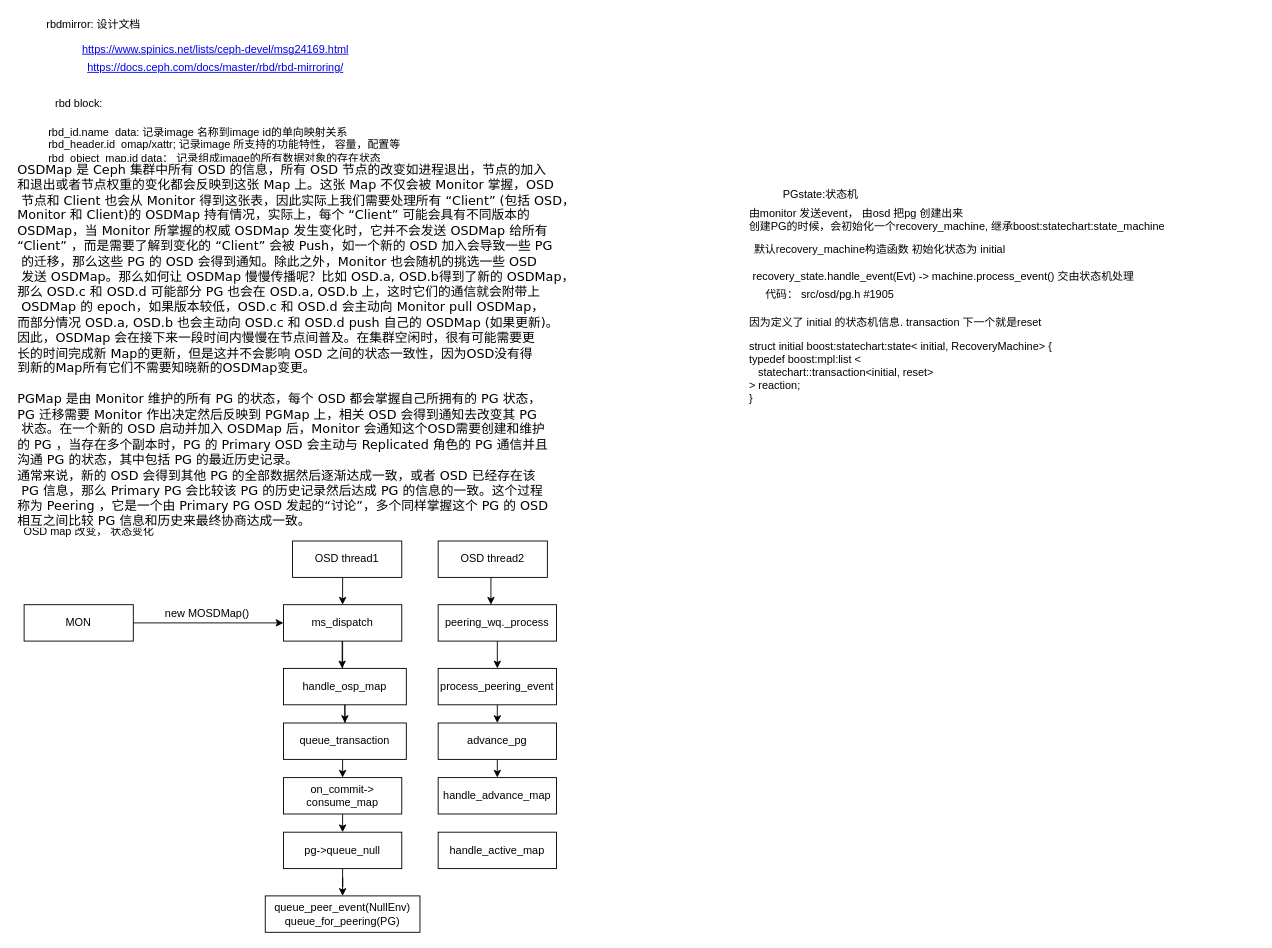
ChenFanTony/ceph-diagrams keeps this draw.io diagram as page "osd pg transaction" (4 of 5) of Untitled Diagram.drawio. Above is the earlier version. Source tidied: cells renumbered, new cells numbered last; positions are measured from the earlier drawing's top-left corner, leaving out a move shared by most shapes. Both pictures are drawn from the tidied source at 91%, with x=0, y=0 at pixel (15, 15).
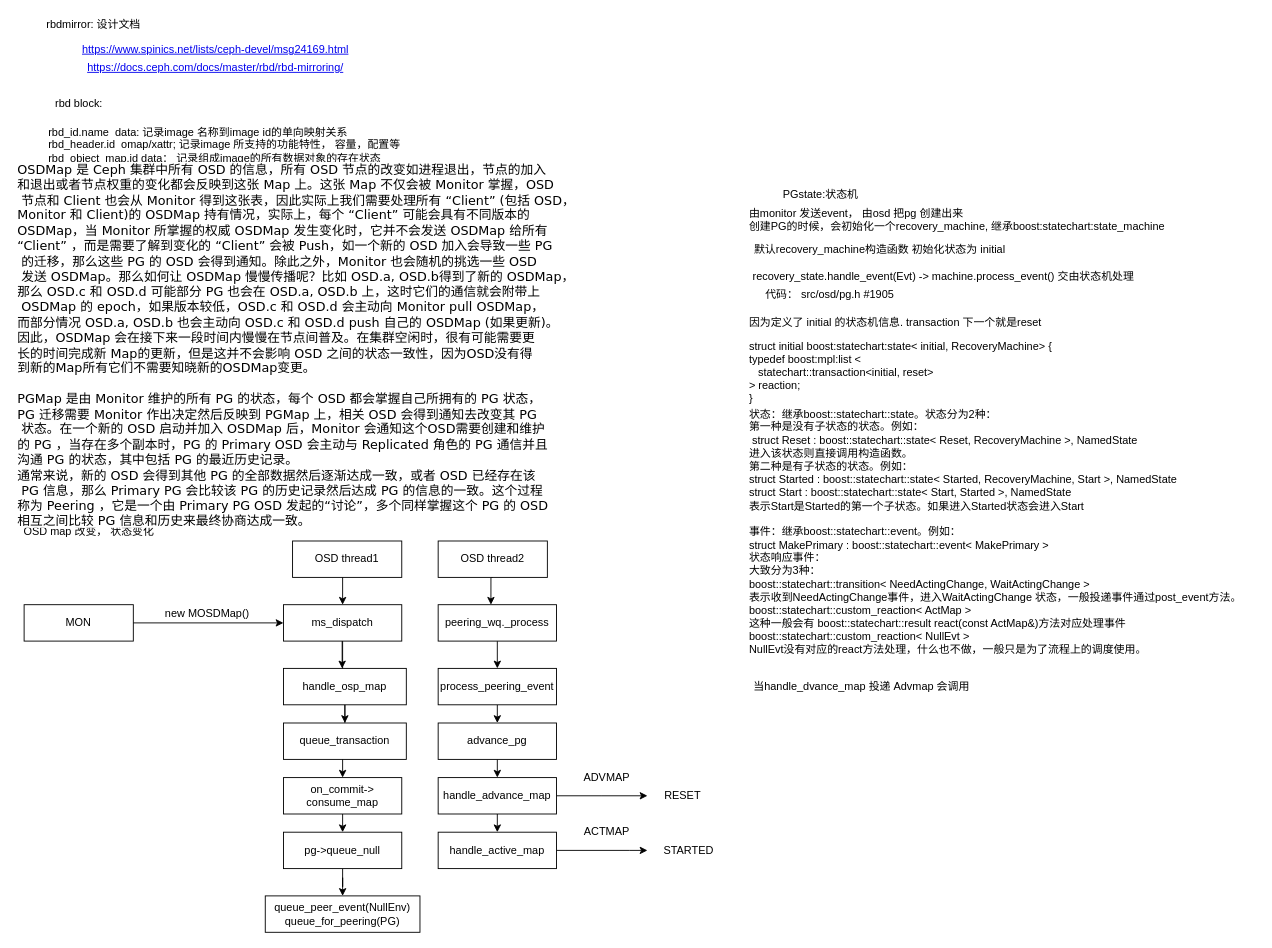
Above is the later version.

The change refers to these unchanged cells:
```xml
<mxCell id="33" value="handle_advance_map" style="rounded=0;whiteSpace=wrap;html=1;" parent="1" vertex="1">
  <mxGeometry x="464" y="837" width="130" height="40" as="geometry" />
</mxCell>
<mxCell id="34" value="handle_active_map" style="rounded=0;whiteSpace=wrap;html=1;" parent="1" vertex="1">
  <mxGeometry x="464" y="897" width="130" height="40" as="geometry" />
</mxCell>
```

What changed in the source:
```diff
@@
+    <mxCell id="42" style="edgeStyle=orthogonalEdgeStyle;rounded=0;jettySize=auto;html=1;exitX=0.5;exitY=1;exitDx=0;exitDy=0;entryX=0.5;entryY=0;entryDx=0;entryDy=0;" parent="1" edge="1" source="33" target="34">
+      <mxGeometry relative="1" as="geometry" />
+    </mxCell>
+    <mxCell id="43" style="edgeStyle=orthogonalEdgeStyle;rounded=0;jettySize=auto;html=1;exitX=1;exitY=0.5;exitDx=0;exitDy=0;" parent="1" edge="1" source="33">
+      <mxGeometry relative="1" as="geometry">
+        <mxPoint x="694" y="857" as="targetPoint" />
+      </mxGeometry>
+    </mxCell>
@@
+    <mxCell id="44" style="edgeStyle=orthogonalEdgeStyle;rounded=0;jettySize=auto;html=1;exitX=1;exitY=0.5;exitDx=0;exitDy=0;" parent="1" edge="1" source="34">
+      <mxGeometry relative="1" as="geometry">
+        <mxPoint x="694" y="917" as="targetPoint" />
+        <Array as="points">
+          <mxPoint x="674" y="917" />
+        </Array>
+      </mxGeometry>
+    </mxCell>
@@
+    <mxCell id="45" value="&lt;div&gt;状态：继承boost::statechart::state。状态分为2种：&lt;/div&gt;&lt;div&gt;第一种是没有子状态的状态。例如：&lt;/div&gt;&lt;div&gt;&amp;nbsp;struct Reset : boost::statechart::state&amp;lt; Reset, RecoveryMachine &amp;gt;, NamedState&lt;/div&gt;&lt;div&gt;进入该状态则直接调用构造函数。&lt;/div&gt;&lt;div&gt;第二种是有子状态的状态。例如：&lt;/div&gt;&lt;div&gt;struct Started : boost::statechart::state&amp;lt; Started, RecoveryMachine, Start &amp;gt;, NamedState&lt;/div&gt;&lt;div&gt;struct Start : boost::statechart::state&amp;lt; Start, Started &amp;gt;, NamedState&lt;/div&gt;&lt;div&gt;表示Start是Started的第一个子状态。如果进入Started状态会进入Start&lt;/div&gt;&lt;div&gt;&lt;br&gt;&lt;div&gt;事件：继承boost::statechart::event。例如：&lt;/div&gt;&lt;div&gt;struct MakePrimary : boost::statechart::event&amp;lt; MakePrimary &amp;gt;&lt;/div&gt;&lt;div&gt;状态响应事件：&lt;/div&gt;&lt;div&gt;大致分为3种：&lt;/div&gt;&lt;div&gt;boost::statechart::transition&amp;lt; NeedActingChange, WaitActingChange &amp;gt;&lt;/div&gt;&lt;div&gt;表示收到NeedActingChange事件，进入WaitActingChange 状态，一般投递事件通过post_event方法。&lt;/div&gt;&lt;div&gt;boost::statechart::custom_reaction&amp;lt; ActMap &amp;gt;&lt;/div&gt;&lt;div&gt;这种一般会有 boost::statechart::result react(const ActMap&amp;amp;)方法对应处理事件&lt;/div&gt;&lt;div&gt;boost::statechart::custom_reaction&amp;lt; NullEvt &amp;gt;&lt;/div&gt;&lt;div&gt;NullEvt没有对应的react方法处理，什么也不做，一般只是为了流程上的调度使用。&lt;/div&gt;&lt;/div&gt;" style="text;html=1;align=left;verticalAlign=middle;" parent="1" vertex="1">
+      <mxGeometry x="804" y="432" width="560" height="270" as="geometry" />
+    </mxCell>
+    <mxCell id="46" value="当handle_dvance_map 投递 Advmap 会调用" style="text;html=1;align=center;verticalAlign=middle;" parent="1" vertex="1">
+      <mxGeometry x="804" y="727" width="250" height="20" as="geometry" />
+    </mxCell>
+    <mxCell id="47" value="ADVMAP" style="text;html=1;align=center;verticalAlign=middle;" parent="1" vertex="1">
+      <mxGeometry x="614" y="827" width="70" height="20" as="geometry" />
+    </mxCell>
+    <mxCell id="48" value="ACTMAP" style="text;html=1;align=center;verticalAlign=middle;" parent="1" vertex="1">
+      <mxGeometry x="614" y="887" width="70" height="20" as="geometry" />
+    </mxCell>
+    <mxCell id="49" value="RESET&amp;nbsp;" style="text;html=1;align=center;verticalAlign=middle;" parent="1" vertex="1">
+      <mxGeometry x="704" y="847" width="60" height="20" as="geometry" />
+    </mxCell>
+    <mxCell id="50" value="STARTED" style="text;html=1;align=center;verticalAlign=middle;" parent="1" vertex="1">
+      <mxGeometry x="704" y="907" width="70" height="20" as="geometry" />
+    </mxCell>
```
